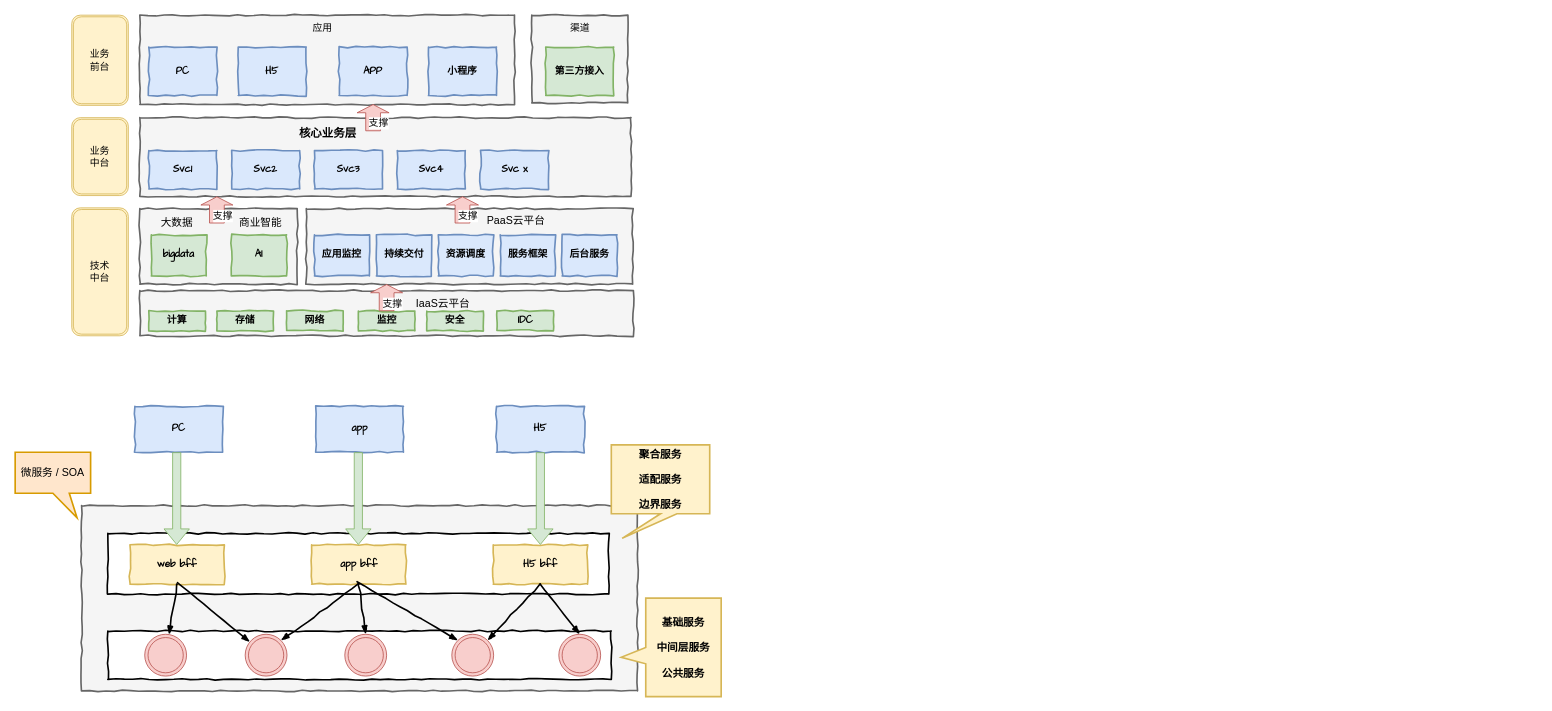
chenyz/EGOTableViewPullRefresh keeps this draw.io diagram as 微服务.drawio. Above is the earlier version. Source tidied: cells renumbered, new cells numbered last; positions are measured from the earlier drawing's top-left corner, leaving out a move shared by most shapes. Both pictures are drawn from the tidied source at 82%, with x=0, y=0 at pixel (15, 15).
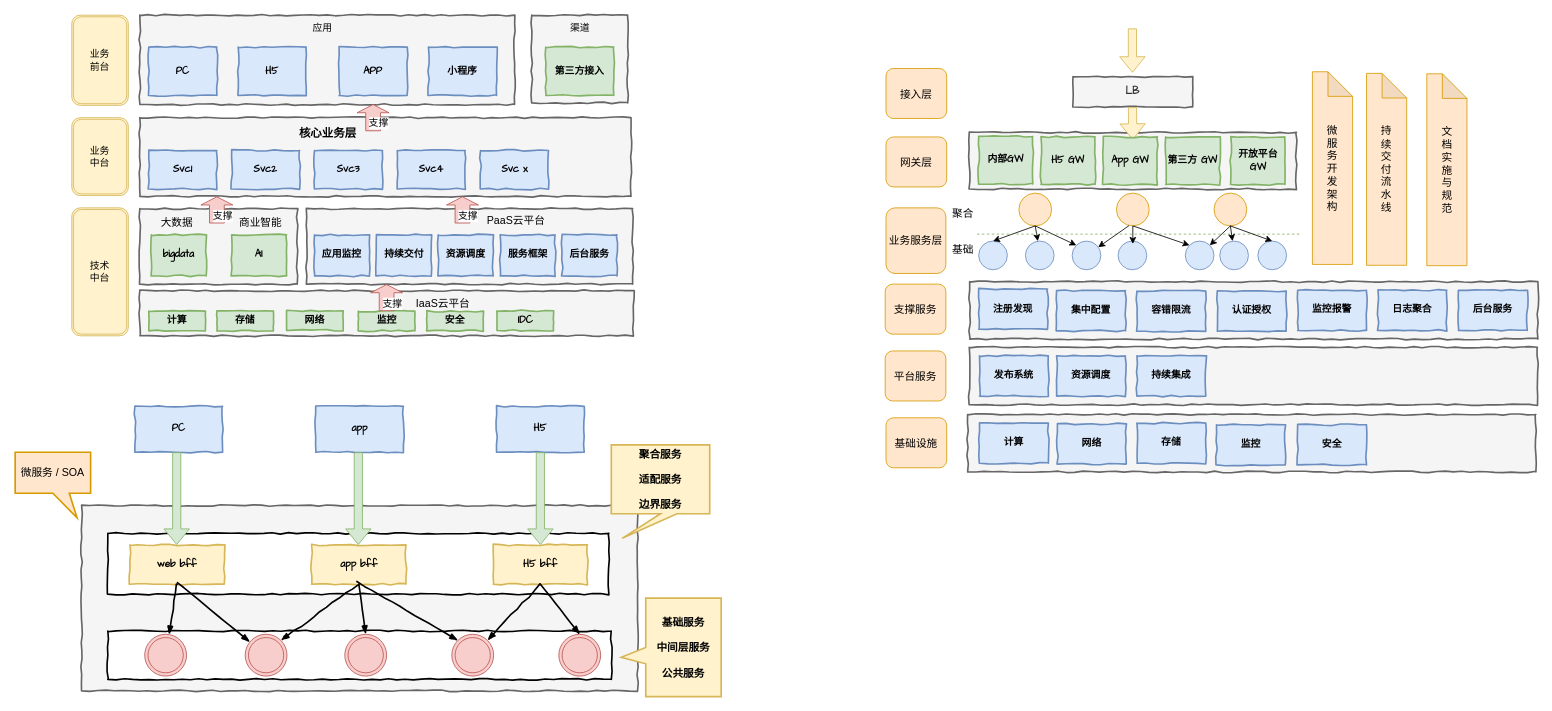
The same diagram, later.

Commit message:
更新微服务.drawio

Change to the diagram source:
```diff
@@
+    <mxCell id="76" value="LB" style="html=1;whiteSpace=wrap;comic=1;strokeWidth=2;fontFamily=Comic Sans MS;fontStyle=1;fillColor=#f5f5f5;strokeColor=#666666;fontColor=#333333;" parent="1" vertex="1">
+      <mxGeometry x="1290" y="75" width="146" height="37" as="geometry" />
+    </mxCell>
+    <mxCell id="77" style="html=1;whiteSpace=wrap;comic=1;strokeWidth=2;fontFamily=Comic Sans MS;fontStyle=1;fillColor=#f5f5f5;strokeColor=#666666;fontColor=#333333;" parent="1" vertex="1">
+      <mxGeometry x="1163.5" y="143" width="399" height="69" as="geometry" />
+    </mxCell>
+    <mxCell id="78" style="shape=flexArrow;endArrow=classic;html=1;fontSize=13;fillColor=#fff2cc;strokeColor=#d6b656;" parent="1" edge="1">
+      <mxGeometry relative="1" as="geometry">
+        <mxPoint x="1362.5" y="16.2" as="sourcePoint" />
+        <mxPoint x="1362.5" y="70.2" as="targetPoint" />
+      </mxGeometry>
+    </mxCell>
+    <mxCell id="79" style="shape=flexArrow;endArrow=classic;html=1;fontSize=13;fillColor=#fff2cc;strokeColor=#d6b656;" parent="1" edge="1">
+      <mxGeometry relative="1" as="geometry">
+        <mxPoint x="1362.5" y="112.2" as="sourcePoint" />
+        <mxPoint x="1363" y="152" as="targetPoint" />
+      </mxGeometry>
+    </mxCell>
+    <mxCell id="80" value="内部GW" style="html=1;whiteSpace=wrap;comic=1;strokeWidth=2;fontFamily=Comic Sans MS;fontStyle=1;fillColor=#d5e8d4;strokeColor=#82b366;" parent="1" vertex="1">
+      <mxGeometry x="1175" y="148" width="66" height="58" as="geometry" />
+    </mxCell>
+    <mxCell id="81" value="H5 GW" style="html=1;whiteSpace=wrap;comic=1;strokeWidth=2;fontFamily=Comic Sans MS;fontStyle=1;fillColor=#d5e8d4;strokeColor=#82b366;" parent="1" vertex="1">
+      <mxGeometry x="1251" y="148.5" width="66" height="58" as="geometry" />
+    </mxCell>
+    <mxCell id="82" value="App GW" style="html=1;whiteSpace=wrap;comic=1;strokeWidth=2;fontFamily=Comic Sans MS;fontStyle=1;fillColor=#d5e8d4;strokeColor=#82b366;" parent="1" vertex="1">
+      <mxGeometry x="1327" y="148.5" width="66" height="58" as="geometry" />
+    </mxCell>
+    <mxCell id="83" value="第三方 GW" style="html=1;whiteSpace=wrap;comic=1;strokeWidth=2;fontFamily=Comic Sans MS;fontStyle=1;fillColor=#d5e8d4;strokeColor=#82b366;" parent="1" vertex="1">
+      <mxGeometry x="1403" y="148.5" width="66" height="58" as="geometry" />
+    </mxCell>
+    <mxCell id="84" value="开放平台GW" style="html=1;whiteSpace=wrap;comic=1;strokeWidth=2;fontFamily=Comic Sans MS;fontStyle=1;fillColor=#d5e8d4;strokeColor=#82b366;" parent="1" vertex="1">
+      <mxGeometry x="1482.5" y="148.5" width="66" height="58" as="geometry" />
+    </mxCell>
+    <mxCell id="85" style="ellipse;whiteSpace=wrap;html=1;strokeWidth=1;fontSize=13;fillColor=#ffe6cc;strokeColor=#d79b00;" parent="1" vertex="1">
+      <mxGeometry x="1224" y="217" width="40" height="40" as="geometry" />
+    </mxCell>
+    <mxCell id="86" style="ellipse;whiteSpace=wrap;html=1;strokeWidth=1;fontSize=13;fillColor=#ffe6cc;strokeColor=#d79b00;" parent="1" vertex="1">
+      <mxGeometry x="1343" y="217" width="40" height="40" as="geometry" />
+    </mxCell>
+    <mxCell id="87" style="ellipse;whiteSpace=wrap;html=1;strokeWidth=1;fontSize=13;fillColor=#ffe6cc;strokeColor=#d79b00;" parent="1" vertex="1">
+      <mxGeometry x="1462" y="217" width="40" height="40" as="geometry" />
+    </mxCell>
+    <mxCell id="88" style="ellipse;whiteSpace=wrap;html=1;strokeWidth=1;fontSize=13;fillColor=#dae8fc;strokeColor=#6c8ebf;" parent="1" vertex="1">
+      <mxGeometry x="1175" y="275.5" width="35" height="35" as="geometry" />
+    </mxCell>
+    <mxCell id="89" style="ellipse;whiteSpace=wrap;html=1;strokeWidth=1;fontSize=13;fillColor=#dae8fc;strokeColor=#6c8ebf;" parent="1" vertex="1">
+      <mxGeometry x="1232" y="275.5" width="35" height="35" as="geometry" />
+    </mxCell>
+    <mxCell id="90" style="ellipse;whiteSpace=wrap;html=1;strokeWidth=1;fontSize=13;fillColor=#dae8fc;strokeColor=#6c8ebf;" parent="1" vertex="1">
+      <mxGeometry x="1289" y="275.5" width="35" height="35" as="geometry" />
+    </mxCell>
+    <mxCell id="91" style="ellipse;whiteSpace=wrap;html=1;strokeWidth=1;fontSize=13;fillColor=#dae8fc;strokeColor=#6c8ebf;" parent="1" vertex="1">
+      <mxGeometry x="1345" y="275.5" width="35" height="35" as="geometry" />
+    </mxCell>
+    <mxCell id="92" style="ellipse;whiteSpace=wrap;html=1;strokeWidth=1;fontSize=13;fillColor=#dae8fc;strokeColor=#6c8ebf;" parent="1" vertex="1">
+      <mxGeometry x="1427" y="275.5" width="35" height="35" as="geometry" />
+    </mxCell>
+    <mxCell id="93" style="ellipse;whiteSpace=wrap;html=1;strokeWidth=1;fontSize=13;fillColor=#dae8fc;strokeColor=#6c8ebf;" parent="1" vertex="1">
+      <mxGeometry x="1469" y="275.5" width="35" height="35" as="geometry" />
+    </mxCell>
+    <mxCell id="94" style="ellipse;whiteSpace=wrap;html=1;strokeWidth=1;fontSize=13;fillColor=#dae8fc;strokeColor=#6c8ebf;" parent="1" vertex="1">
+      <mxGeometry x="1515.5" y="275.5" width="35" height="35" as="geometry" />
+    </mxCell>
+    <mxCell id="95" style="endArrow=classic;html=1;fontSize=13;exitX=0.5;exitY=1;exitDx=0;exitDy=0;entryX=0.5;entryY=0;entryDx=0;entryDy=0;" parent="1" edge="1" source="85" target="88">
+      <mxGeometry relative="1" as="geometry" />
+    </mxCell>
+    <mxCell id="96" style="endArrow=classic;html=1;fontSize=13;exitX=0.5;exitY=1;exitDx=0;exitDy=0;" parent="1" edge="1" source="85" target="89">
+      <mxGeometry relative="1" as="geometry" />
+    </mxCell>
+    <mxCell id="97" style="endArrow=classic;html=1;fontSize=13;exitX=0.5;exitY=1;exitDx=0;exitDy=0;entryX=0;entryY=0;entryDx=0;entryDy=0;" parent="1" edge="1" source="85" target="90">
+      <mxGeometry relative="1" as="geometry" />
+    </mxCell>
+    <mxCell id="98" style="endArrow=none;dashed=1;html=1;fontSize=13;fillColor=#d5e8d4;strokeColor=#82b366;" parent="1" edge="1">
+      <mxGeometry relative="1" as="geometry">
+        <mxPoint x="1173" y="267" as="sourcePoint" />
+        <mxPoint x="1568" y="267" as="targetPoint" />
+      </mxGeometry>
+    </mxCell>
+    <mxCell id="99" style="endArrow=classic;html=1;fontSize=13;exitX=0.385;exitY=0.99;exitDx=0;exitDy=0;exitPerimeter=0;" parent="1" edge="1" source="86" target="90">
+      <mxGeometry relative="1" as="geometry" />
+    </mxCell>
+    <mxCell id="100" style="endArrow=classic;html=1;fontSize=13;exitX=0.5;exitY=1;exitDx=0;exitDy=0;" parent="1" edge="1" source="86">
+      <mxGeometry relative="1" as="geometry">
+        <mxPoint x="1363" y="279" as="targetPoint" />
+      </mxGeometry>
+    </mxCell>
+    <mxCell id="101" style="endArrow=classic;html=1;fontSize=13;exitX=0.5;exitY=1;exitDx=0;exitDy=0;entryX=0;entryY=0;entryDx=0;entryDy=0;" parent="1" edge="1" source="86" target="92">
+      <mxGeometry relative="1" as="geometry" />
+    </mxCell>
+    <mxCell id="102" style="endArrow=classic;html=1;fontSize=13;exitX=0.5;exitY=1;exitDx=0;exitDy=0;entryX=1;entryY=0;entryDx=0;entryDy=0;" parent="1" edge="1" source="87" target="92">
+      <mxGeometry relative="1" as="geometry" />
+    </mxCell>
+    <mxCell id="103" style="endArrow=classic;html=1;fontSize=13;exitX=0.5;exitY=1;exitDx=0;exitDy=0;" parent="1" edge="1" source="87" target="93">
+      <mxGeometry relative="1" as="geometry" />
+    </mxCell>
+    <mxCell id="104" style="endArrow=classic;html=1;fontSize=13;exitX=0.5;exitY=1;exitDx=0;exitDy=0;entryX=0.5;entryY=0;entryDx=0;entryDy=0;" parent="1" edge="1" source="87" target="94">
+      <mxGeometry relative="1" as="geometry" />
+    </mxCell>
+    <mxCell id="105" value="聚合" style="text;html=1;strokeColor=none;fillColor=none;align=center;verticalAlign=middle;whiteSpace=wrap;rounded=0;fontSize=13;" parent="1" vertex="1">
+      <mxGeometry x="1136" y="232" width="40" height="20" as="geometry" />
+    </mxCell>
+    <mxCell id="106" value="基础" style="text;html=1;strokeColor=none;fillColor=none;align=center;verticalAlign=middle;whiteSpace=wrap;rounded=0;fontSize=13;" parent="1" vertex="1">
+      <mxGeometry x="1136" y="275.5" width="40" height="20" as="geometry" />
+    </mxCell>
+    <mxCell id="107" style="html=1;whiteSpace=wrap;comic=1;strokeWidth=2;fontFamily=Comic Sans MS;fontStyle=1;fillColor=#f5f5f5;strokeColor=#666666;fontColor=#333333;" parent="1" vertex="1">
+      <mxGeometry x="1164" y="325" width="693" height="70" as="geometry" />
+    </mxCell>
+    <mxCell id="108" value="注册发现" style="html=1;whiteSpace=wrap;comic=1;strokeWidth=2;fontFamily=Comic Sans MS;fontStyle=1;fillColor=#dae8fc;strokeColor=#6c8ebf;" parent="1" vertex="1">
+      <mxGeometry x="1175" y="334" width="84" height="49" as="geometry" />
+    </mxCell>
+    <mxCell id="109" value="集中配置" style="html=1;whiteSpace=wrap;comic=1;strokeWidth=2;fontFamily=Comic Sans MS;fontStyle=1;fillColor=#dae8fc;strokeColor=#6c8ebf;" parent="1" vertex="1">
+      <mxGeometry x="1270" y="336" width="84" height="49" as="geometry" />
+    </mxCell>
+    <mxCell id="110" value="容错限流" style="html=1;whiteSpace=wrap;comic=1;strokeWidth=2;fontFamily=Comic Sans MS;fontStyle=1;fillColor=#dae8fc;strokeColor=#6c8ebf;" parent="1" vertex="1">
+      <mxGeometry x="1368" y="336.5" width="84" height="49" as="geometry" />
+    </mxCell>
+    <mxCell id="111" value="认证授权&lt;br&gt;" style="html=1;whiteSpace=wrap;comic=1;strokeWidth=2;fontFamily=Comic Sans MS;fontStyle=1;fillColor=#dae8fc;strokeColor=#6c8ebf;" parent="1" vertex="1">
+      <mxGeometry x="1466" y="336.5" width="84" height="49" as="geometry" />
+    </mxCell>
+    <mxCell id="112" value="监控报警" style="html=1;whiteSpace=wrap;comic=1;strokeWidth=2;fontFamily=Comic Sans MS;fontStyle=1;fillColor=#dae8fc;strokeColor=#6c8ebf;" parent="1" vertex="1">
+      <mxGeometry x="1564" y="335.5" width="84" height="49" as="geometry" />
+    </mxCell>
+    <mxCell id="113" value="日志聚合" style="html=1;whiteSpace=wrap;comic=1;strokeWidth=2;fontFamily=Comic Sans MS;fontStyle=1;fillColor=#dae8fc;strokeColor=#6c8ebf;" parent="1" vertex="1">
+      <mxGeometry x="1662" y="335.5" width="84" height="49" as="geometry" />
+    </mxCell>
+    <mxCell id="114" value="后台服务&lt;br&gt;" style="html=1;whiteSpace=wrap;comic=1;strokeWidth=2;fontFamily=Comic Sans MS;fontStyle=1;fillColor=#dae8fc;strokeColor=#6c8ebf;" parent="1" vertex="1">
+      <mxGeometry x="1760" y="335.5" width="84" height="49" as="geometry" />
+    </mxCell>
+    <mxCell id="115" style="html=1;whiteSpace=wrap;comic=1;strokeWidth=2;fontFamily=Comic Sans MS;fontStyle=1;fillColor=#f5f5f5;strokeColor=#666666;fontColor=#333333;" parent="1" vertex="1">
+      <mxGeometry x="1163.5" y="405" width="693" height="70" as="geometry" />
+    </mxCell>
+    <mxCell id="116" value="发布系统" style="html=1;whiteSpace=wrap;comic=1;strokeWidth=2;fontFamily=Comic Sans MS;fontStyle=1;fillColor=#dae8fc;strokeColor=#6c8ebf;" parent="1" vertex="1">
+      <mxGeometry x="1176" y="415.5" width="84" height="49" as="geometry" />
+    </mxCell>
+    <mxCell id="117" value="接入层" style="rounded=1;whiteSpace=wrap;html=1;strokeWidth=1;fontSize=13;fillColor=#ffe6cc;strokeColor=#d79b00;" parent="1" vertex="1">
+      <mxGeometry x="1062" y="65" width="74" height="61" as="geometry" />
+    </mxCell>
+    <mxCell id="118" value="网关层" style="rounded=1;whiteSpace=wrap;html=1;strokeWidth=1;fontSize=13;fillColor=#ffe6cc;strokeColor=#d79b00;" parent="1" vertex="1">
+      <mxGeometry x="1062" y="148.5" width="74" height="61" as="geometry" />
+    </mxCell>
+    <mxCell id="119" value="业务服务层" style="rounded=1;whiteSpace=wrap;html=1;strokeWidth=1;fontSize=13;fillColor=#ffe6cc;strokeColor=#d79b00;" parent="1" vertex="1">
+      <mxGeometry x="1062" y="235" width="73" height="80" as="geometry" />
+    </mxCell>
+    <mxCell id="120" value="支撑服务" style="rounded=1;whiteSpace=wrap;html=1;strokeWidth=1;fontSize=13;fillColor=#ffe6cc;strokeColor=#d79b00;" parent="1" vertex="1">
+      <mxGeometry x="1061" y="328" width="74" height="61" as="geometry" />
+    </mxCell>
+    <mxCell id="121" value="资源调度" style="html=1;whiteSpace=wrap;comic=1;strokeWidth=2;fontFamily=Comic Sans MS;fontStyle=1;fillColor=#dae8fc;strokeColor=#6c8ebf;" parent="1" vertex="1">
+      <mxGeometry x="1270" y="415.5" width="84" height="49" as="geometry" />
+    </mxCell>
+    <mxCell id="122" value="持续集成" style="html=1;whiteSpace=wrap;comic=1;strokeWidth=2;fontFamily=Comic Sans MS;fontStyle=1;fillColor=#dae8fc;strokeColor=#6c8ebf;" parent="1" vertex="1">
+      <mxGeometry x="1368" y="415.5" width="84" height="49" as="geometry" />
+    </mxCell>
+    <mxCell id="123" value="平台服务" style="rounded=1;whiteSpace=wrap;html=1;strokeWidth=1;fontSize=13;fillColor=#ffe6cc;strokeColor=#d79b00;" parent="1" vertex="1">
+      <mxGeometry x="1061" y="409.5" width="74" height="61" as="geometry" />
+    </mxCell>
+    <mxCell id="124" style="html=1;whiteSpace=wrap;comic=1;strokeWidth=2;fontFamily=Comic Sans MS;fontStyle=1;fillColor=#f5f5f5;strokeColor=#666666;fontColor=#333333;" parent="1" vertex="1">
+      <mxGeometry x="1161.5" y="487" width="693" height="70" as="geometry" />
+    </mxCell>
+    <mxCell id="125" value="计算" style="html=1;whiteSpace=wrap;comic=1;strokeWidth=2;fontFamily=Comic Sans MS;fontStyle=1;fillColor=#dae8fc;strokeColor=#6c8ebf;" parent="1" vertex="1">
+      <mxGeometry x="1176" y="497.5" width="84" height="49" as="geometry" />
+    </mxCell>
+    <mxCell id="126" value="网络" style="html=1;whiteSpace=wrap;comic=1;strokeWidth=2;fontFamily=Comic Sans MS;fontStyle=1;fillColor=#dae8fc;strokeColor=#6c8ebf;" parent="1" vertex="1">
+      <mxGeometry x="1271" y="498.5" width="84" height="49" as="geometry" />
+    </mxCell>
+    <mxCell id="127" value="存储" style="html=1;whiteSpace=wrap;comic=1;strokeWidth=2;fontFamily=Comic Sans MS;fontStyle=1;fillColor=#dae8fc;strokeColor=#6c8ebf;" parent="1" vertex="1">
+      <mxGeometry x="1368" y="497.5" width="84" height="49" as="geometry" />
+    </mxCell>
+    <mxCell id="128" value="监控" style="html=1;whiteSpace=wrap;comic=1;strokeWidth=2;fontFamily=Comic Sans MS;fontStyle=1;fillColor=#dae8fc;strokeColor=#6c8ebf;" parent="1" vertex="1">
+      <mxGeometry x="1465" y="499.5" width="84" height="49" as="geometry" />
+    </mxCell>
+    <mxCell id="129" value="安全" style="html=1;whiteSpace=wrap;comic=1;strokeWidth=2;fontFamily=Comic Sans MS;fontStyle=1;fillColor=#dae8fc;strokeColor=#6c8ebf;" parent="1" vertex="1">
+      <mxGeometry x="1564" y="499.5" width="84" height="49" as="geometry" />
+    </mxCell>
+    <mxCell id="130" value="基础设施" style="rounded=1;whiteSpace=wrap;html=1;strokeWidth=1;fontSize=13;fillColor=#ffe6cc;strokeColor=#d79b00;" parent="1" vertex="1">
+      <mxGeometry x="1062" y="491" width="74" height="61" as="geometry" />
+    </mxCell>
+    <mxCell id="131" value="微&lt;br&gt;服&lt;br&gt;务&lt;br&gt;开&lt;br&gt;发&lt;br&gt;架&lt;br&gt;构" style="shape=note;whiteSpace=wrap;html=1;backgroundOutline=1;darkOpacity=0.05;strokeWidth=1;fontSize=13;fillColor=#ffe6cc;strokeColor=#d79b00;" parent="1" vertex="1">
+      <mxGeometry x="1582" y="69" width="49" height="235" as="geometry" />
+    </mxCell>
+    <mxCell id="132" value="持&lt;br&gt;续&lt;br&gt;交&lt;br&gt;付&lt;br&gt;流&lt;br&gt;水&lt;br&gt;线" style="shape=note;whiteSpace=wrap;html=1;backgroundOutline=1;darkOpacity=0.05;strokeWidth=1;fontSize=13;fillColor=#ffe6cc;strokeColor=#d79b00;" parent="1" vertex="1">
+      <mxGeometry x="1648" y="71" width="49" height="234" as="geometry" />
+    </mxCell>
+    <mxCell id="133" value="文&lt;br&gt;档&lt;br&gt;实&lt;br&gt;施&lt;br&gt;与&lt;br&gt;规&lt;br&gt;范" style="shape=note;whiteSpace=wrap;html=1;backgroundOutline=1;darkOpacity=0.05;strokeWidth=1;fontSize=13;fillColor=#ffe6cc;strokeColor=#d79b00;" parent="1" vertex="1">
+      <mxGeometry x="1721.5" y="71.5" width="49" height="234" as="geometry" />
+    </mxCell>
```
